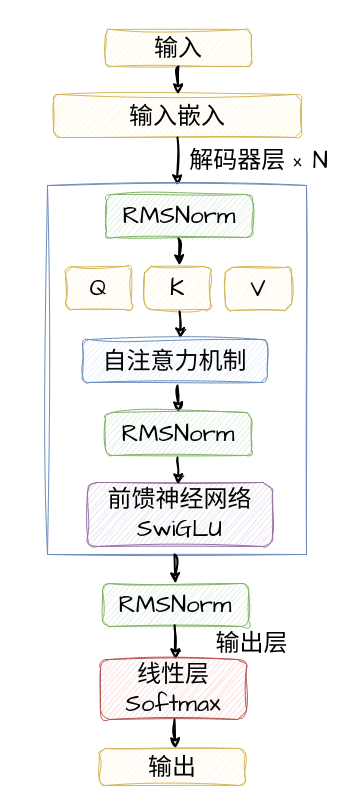
The draw.io diagram llama2.drawio in J-York/GraduationThesis, before the edit. Source tidied: cells renumbered, new cells numbered last; positions are measured from the earlier drawing's top-left corner, leaving out a move shared by most shapes. Both pictures are drawn from the tidied source at 100%, with x=0, y=0 at pixel (17, 17).
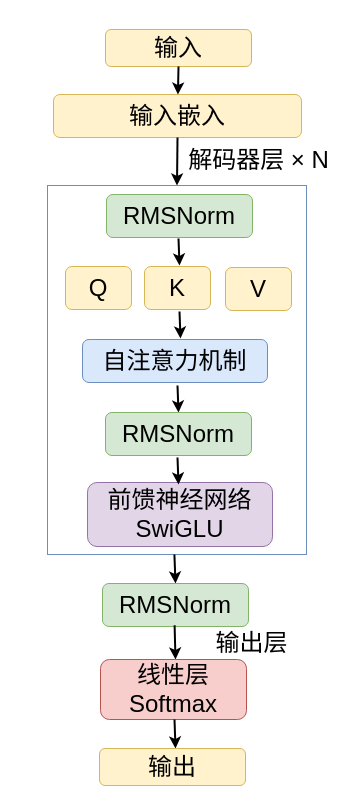
After the change.

Change to the diagram source:
```diff
@@
-    <mxCell id="2" style="rounded=0;whiteSpace=wrap;html=1;strokeColor=none;" parent="1" vertex="1">
+    <mxCell id="2" style="rounded=0;whiteSpace=wrap;html=1;strokeColor=none;fontFamily=Helvetica;" parent="1" vertex="1">
       <mxGeometry width="317" height="778" as="geometry" />
     </mxCell>
-    <mxCell id="3" value="&lt;font style=&quot;font-size: 24px;&quot;&gt;输入&lt;/font&gt;" style="rounded=1;whiteSpace=wrap;html=1;fillColor=#fff2cc;strokeColor=#d6b656;sketch=1;curveFitting=1;jiggle=2;" parent="1" vertex="1">
+    <mxCell id="3" value="&lt;font style=&quot;font-size: 24px;&quot;&gt;输入&lt;/font&gt;" style="rounded=1;whiteSpace=wrap;html=1;fillColor=#fff2cc;strokeColor=#d6b656;fontFamily=Helvetica;" parent="1" vertex="1">
       <mxGeometry x="88" y="12" width="146" height="37" as="geometry" />
     </mxCell>
-    <mxCell id="4" value="&lt;font style=&quot;font-size: 24px;&quot;&gt;输入嵌入&lt;/font&gt;" style="rounded=1;whiteSpace=wrap;html=1;fillColor=#fff2cc;strokeColor=#d6b656;sketch=1;curveFitting=1;jiggle=2;" parent="1" vertex="1">
+    <mxCell id="4" value="&lt;font style=&quot;font-size: 24px;&quot;&gt;输入嵌入&lt;/font&gt;" style="rounded=1;whiteSpace=wrap;html=1;fillColor=#fff2cc;strokeColor=#d6b656;fontFamily=Helvetica;" parent="1" vertex="1">
       <mxGeometry x="36" y="77" width="248" height="43" as="geometry" />
     </mxCell>
-    <mxCell id="5" style="endArrow=classic;html=1;rounded=0;exitX=0.5;exitY=1;exitDx=0;exitDy=0;strokeWidth=2;sketch=1;curveFitting=1;jiggle=2;flowAnimation=0;" parent="1" edge="1" source="3" target="4">
+    <mxCell id="5" style="endArrow=classic;html=1;rounded=0;exitX=0.5;exitY=1;exitDx=0;exitDy=0;strokeWidth=2;flowAnimation=0;fontFamily=Helvetica;" parent="1" edge="1" source="3" target="4">
       <mxGeometry relative="1" as="geometry" />
     </mxCell>
-    <mxCell id="6" style="endArrow=classic;html=1;rounded=0;exitX=0.5;exitY=1;exitDx=0;exitDy=0;strokeWidth=2;sketch=1;curveFitting=1;jiggle=2;flowAnimation=0;entryX=0.5;entryY=0;entryDx=0;entryDy=0;" parent="1" edge="1" source="4" target="7">
+    <mxCell id="6" style="endArrow=classic;html=1;rounded=0;exitX=0.5;exitY=1;exitDx=0;exitDy=0;strokeWidth=2;flowAnimation=0;entryX=0.5;entryY=0;entryDx=0;entryDy=0;fontFamily=Helvetica;" parent="1" edge="1" source="4" target="7">
       <mxGeometry relative="1" as="geometry" />
     </mxCell>
-    <mxCell id="7" style="rounded=0;whiteSpace=wrap;html=1;sketch=1;curveFitting=1;jiggle=2;fillColor=none;strokeColor=#6c8ebf;labelPosition=center;verticalLabelPosition=top;align=center;verticalAlign=bottom;" parent="1" vertex="1">
+    <mxCell id="7" style="rounded=0;whiteSpace=wrap;html=1;fillColor=none;strokeColor=#6c8ebf;labelPosition=center;verticalLabelPosition=top;align=center;verticalAlign=bottom;fontFamily=Helvetica;" parent="1" vertex="1">
       <mxGeometry x="30" y="168" width="259" height="369" as="geometry" />
     </mxCell>
-    <mxCell id="8" value="解码器层&amp;nbsp;&lt;span style=&quot;font-family: &amp;quot;Comic Sans MS&amp;quot;;&quot;&gt;× N&lt;/span&gt;" style="text;html=1;align=center;verticalAlign=middle;whiteSpace=wrap;rounded=0;fontSize=24;" parent="1" vertex="1">
+    <mxCell id="8" value="解码器层&amp;nbsp;&lt;span style=&quot;&quot;&gt;× N&lt;/span&gt;" style="text;html=1;align=center;verticalAlign=middle;whiteSpace=wrap;rounded=0;fontSize=24;fontFamily=Helvetica;" parent="1" vertex="1">
       <mxGeometry x="166" y="128" width="151" height="30" as="geometry" />
     </mxCell>
-    <mxCell id="9" value="&lt;font face=&quot;Comic Sans MS&quot; style=&quot;font-size: 24px;&quot;&gt;RMSNorm&lt;/font&gt;" style="rounded=1;whiteSpace=wrap;html=1;fillColor=#d5e8d4;strokeColor=#82b366;sketch=1;curveFitting=1;jiggle=2;" parent="1" vertex="1">
+    <mxCell id="9" value="&lt;font style=&quot;font-size: 24px;&quot;&gt;RMSNorm&lt;/font&gt;" style="rounded=1;whiteSpace=wrap;html=1;fillColor=#d5e8d4;strokeColor=#82b366;fontFamily=Helvetica;" parent="1" vertex="1">
       <mxGeometry x="89" y="177" width="146" height="43" as="geometry" />
     </mxCell>
-    <mxCell id="10" style="endArrow=classic;html=1;rounded=0;exitX=0.5;exitY=1;exitDx=0;exitDy=0;strokeWidth=2;sketch=1;curveFitting=1;jiggle=2;flowAnimation=0;" parent="1" edge="1">
+    <mxCell id="10" style="endArrow=classic;html=1;rounded=0;exitX=0.5;exitY=1;exitDx=0;exitDy=0;strokeWidth=2;flowAnimation=0;fontFamily=Helvetica;" parent="1" edge="1">
       <mxGeometry relative="1" as="geometry">
         <mxPoint x="161" y="221" as="sourcePoint" />
         <mxPoint x="162" y="248" as="targetPoint" />
       </mxGeometry>
     </mxCell>
-    <mxCell id="11" value="&lt;font style=&quot;font-size: 24px;&quot;&gt;Q&lt;/font&gt;" style="rounded=1;whiteSpace=wrap;html=1;fillColor=#fff2cc;strokeColor=#d6b656;sketch=1;curveFitting=1;jiggle=2;fontFamily=Comic Sans MS;" parent="1" vertex="1">
+    <mxCell id="11" value="&lt;font style=&quot;font-size: 24px;&quot;&gt;Q&lt;/font&gt;" style="rounded=1;whiteSpace=wrap;html=1;fillColor=#fff2cc;strokeColor=#d6b656;fontFamily=Helvetica;" parent="1" vertex="1">
       <mxGeometry x="48" y="249" width="66" height="43" as="geometry" />
     </mxCell>
-    <mxCell id="12" value="&lt;font style=&quot;font-size: 24px;&quot;&gt;K&lt;/font&gt;" style="rounded=1;whiteSpace=wrap;html=1;fillColor=#fff2cc;strokeColor=#d6b656;sketch=1;curveFitting=1;jiggle=2;fontFamily=Comic Sans MS;" parent="1" vertex="1">
+    <mxCell id="12" value="&lt;font style=&quot;font-size: 24px;&quot;&gt;K&lt;/font&gt;" style="rounded=1;whiteSpace=wrap;html=1;fillColor=#fff2cc;strokeColor=#d6b656;fontFamily=Helvetica;" parent="1" vertex="1">
       <mxGeometry x="127" y="249" width="66" height="43" as="geometry" />
     </mxCell>
-    <mxCell id="13" value="&lt;span style=&quot;font-size: 24px;&quot;&gt;V&lt;/span&gt;" style="rounded=1;whiteSpace=wrap;html=1;fillColor=#fff2cc;strokeColor=#d6b656;sketch=1;curveFitting=1;jiggle=2;fontFamily=Comic Sans MS;" parent="1" vertex="1">
+    <mxCell id="13" value="&lt;span style=&quot;font-size: 24px;&quot;&gt;V&lt;/span&gt;" style="rounded=1;whiteSpace=wrap;html=1;fillColor=#fff2cc;strokeColor=#d6b656;fontFamily=Helvetica;" parent="1" vertex="1">
       <mxGeometry x="208" y="250" width="66" height="43" as="geometry" />
     </mxCell>
-    <mxCell id="14" style="endArrow=classic;html=1;rounded=0;exitX=0.5;exitY=1;exitDx=0;exitDy=0;strokeWidth=2;sketch=1;curveFitting=1;jiggle=2;flowAnimation=0;" parent="1" edge="1">
+    <mxCell id="14" style="endArrow=classic;html=1;rounded=0;exitX=0.5;exitY=1;exitDx=0;exitDy=0;strokeWidth=2;flowAnimation=0;fontFamily=Helvetica;" parent="1" edge="1">
       <mxGeometry relative="1" as="geometry">
         <mxPoint x="162" y="294" as="sourcePoint" />
         <mxPoint x="163" y="321" as="targetPoint" />
       </mxGeometry>
     </mxCell>
-    <mxCell id="15" value="&lt;span style=&quot;font-size: 24px;&quot;&gt;自注意力机制&lt;/span&gt;" style="rounded=1;whiteSpace=wrap;html=1;fillColor=#dae8fc;strokeColor=#6c8ebf;sketch=1;curveFitting=1;jiggle=2;" parent="1" vertex="1">
+    <mxCell id="15" value="&lt;span style=&quot;font-size: 24px;&quot;&gt;自注意力机制&lt;/span&gt;" style="rounded=1;whiteSpace=wrap;html=1;fillColor=#dae8fc;strokeColor=#6c8ebf;fontFamily=Helvetica;" parent="1" vertex="1">
       <mxGeometry x="65" y="322" width="185" height="43" as="geometry" />
     </mxCell>
-    <mxCell id="16" style="endArrow=classic;html=1;rounded=0;exitX=0.5;exitY=1;exitDx=0;exitDy=0;strokeWidth=2;sketch=1;curveFitting=1;jiggle=2;flowAnimation=0;" parent="1" edge="1">
+    <mxCell id="16" style="endArrow=classic;html=1;rounded=0;exitX=0.5;exitY=1;exitDx=0;exitDy=0;strokeWidth=2;flowAnimation=0;fontFamily=Helvetica;" parent="1" edge="1">
       <mxGeometry relative="1" as="geometry">
         <mxPoint x="160" y="368" as="sourcePoint" />
         <mxPoint x="161" y="395" as="targetPoint" />
       </mxGeometry>
     </mxCell>
-    <mxCell id="17" value="&lt;span style=&quot;font-size: 24px;&quot;&gt;前馈神经网络&lt;/span&gt;&lt;div&gt;&lt;span style=&quot;font-size: 24px;&quot;&gt;SwiGLU&lt;/span&gt;&lt;/div&gt;" style="rounded=1;whiteSpace=wrap;html=1;fillColor=#e1d5e7;strokeColor=#9673a6;sketch=1;curveFitting=1;jiggle=2;fontFamily=Comic Sans MS;" parent="1" vertex="1">
+    <mxCell id="17" value="&lt;span style=&quot;font-size: 24px;&quot;&gt;前馈神经网络&lt;/span&gt;&lt;div&gt;&lt;span style=&quot;font-size: 24px;&quot;&gt;SwiGLU&lt;/span&gt;&lt;/div&gt;" style="rounded=1;whiteSpace=wrap;html=1;fillColor=#e1d5e7;strokeColor=#9673a6;fontFamily=Helvetica;" parent="1" vertex="1">
       <mxGeometry x="70" y="465" width="185" height="64" as="geometry" />
     </mxCell>
-    <mxCell id="18" value="&lt;font face=&quot;Comic Sans MS&quot; style=&quot;font-size: 24px;&quot;&gt;RMSNorm&lt;/font&gt;" style="rounded=1;whiteSpace=wrap;html=1;fillColor=#d5e8d4;strokeColor=#82b366;sketch=1;curveFitting=1;jiggle=2;" parent="1" vertex="1">
+    <mxCell id="18" value="&lt;font style=&quot;font-size: 24px;&quot;&gt;RMSNorm&lt;/font&gt;" style="rounded=1;whiteSpace=wrap;html=1;fillColor=#d5e8d4;strokeColor=#82b366;fontFamily=Helvetica;" parent="1" vertex="1">
       <mxGeometry x="88" y="395" width="146" height="43" as="geometry" />
     </mxCell>
-    <mxCell id="19" style="endArrow=classic;html=1;rounded=0;exitX=0.5;exitY=1;exitDx=0;exitDy=0;strokeWidth=2;sketch=1;curveFitting=1;jiggle=2;flowAnimation=0;" parent="1" edge="1">
+    <mxCell id="19" style="endArrow=classic;html=1;rounded=0;exitX=0.5;exitY=1;exitDx=0;exitDy=0;strokeWidth=2;flowAnimation=0;fontFamily=Helvetica;" parent="1" edge="1">
       <mxGeometry relative="1" as="geometry">
         <mxPoint x="160" y="440" as="sourcePoint" />
         <mxPoint x="161" y="467" as="targetPoint" />
       </mxGeometry>
     </mxCell>
-    <mxCell id="20" style="endArrow=classic;html=1;rounded=0;exitX=0.49;exitY=1;exitDx=0;exitDy=0;strokeWidth=2;sketch=1;curveFitting=1;jiggle=2;flowAnimation=0;exitPerimeter=0;entryX=0.5;entryY=0;entryDx=0;entryDy=0;" parent="1" edge="1" source="7" target="21">
+    <mxCell id="20" style="endArrow=classic;html=1;rounded=0;exitX=0.49;exitY=1;exitDx=0;exitDy=0;strokeWidth=2;flowAnimation=0;exitPerimeter=0;entryX=0.5;entryY=0;entryDx=0;entryDy=0;fontFamily=Helvetica;" parent="1" edge="1" source="7" target="21">
       <mxGeometry relative="1" as="geometry" />
     </mxCell>
-    <mxCell id="21" value="&lt;font face=&quot;Comic Sans MS&quot; style=&quot;font-size: 24px;&quot;&gt;RMSNorm&lt;/font&gt;" style="rounded=1;whiteSpace=wrap;html=1;fillColor=#d5e8d4;strokeColor=#82b366;sketch=1;curveFitting=1;jiggle=2;" parent="1" vertex="1">
+    <mxCell id="21" value="&lt;font style=&quot;font-size: 24px;&quot;&gt;RMSNorm&lt;/font&gt;" style="rounded=1;whiteSpace=wrap;html=1;fillColor=#d5e8d4;strokeColor=#82b366;fontFamily=Helvetica;" parent="1" vertex="1">
       <mxGeometry x="85" y="566" width="146" height="43" as="geometry" />
     </mxCell>
-    <mxCell id="22" style="endArrow=classic;html=1;rounded=0;exitX=0.473;exitY=0.97;exitDx=0;exitDy=0;strokeWidth=2;sketch=1;curveFitting=1;jiggle=2;flowAnimation=0;exitPerimeter=0;entryX=0.5;entryY=0;entryDx=0;entryDy=0;" parent="1" edge="1">
+    <mxCell id="22" style="endArrow=classic;html=1;rounded=0;exitX=0.473;exitY=0.97;exitDx=0;exitDy=0;strokeWidth=2;flowAnimation=0;exitPerimeter=0;entryX=0.5;entryY=0;entryDx=0;entryDy=0;fontFamily=Helvetica;" parent="1" edge="1">
       <mxGeometry relative="1" as="geometry">
         <mxPoint x="157.1" y="607.7" as="sourcePoint" />
         <mxPoint x="158" y="642" as="targetPoint" />
       </mxGeometry>
     </mxCell>
-    <mxCell id="23" value="&lt;font face=&quot;Comic Sans MS&quot;&gt;&lt;span style=&quot;font-size: 24px;&quot;&gt;线性层&lt;/span&gt;&lt;/font&gt;&lt;div&gt;&lt;font face=&quot;Comic Sans MS&quot;&gt;&lt;span style=&quot;font-size: 24px;&quot;&gt;Softmax&lt;/span&gt;&lt;/font&gt;&lt;/div&gt;" style="rounded=1;whiteSpace=wrap;html=1;fillColor=#f8cecc;strokeColor=#b85450;sketch=1;curveFitting=1;jiggle=2;" parent="1" vertex="1">
+    <mxCell id="23" value="&lt;font&gt;&lt;span style=&quot;font-size: 24px;&quot;&gt;线性层&lt;/span&gt;&lt;/font&gt;&lt;div&gt;&lt;font&gt;&lt;span style=&quot;font-size: 24px;&quot;&gt;Softmax&lt;/span&gt;&lt;/font&gt;&lt;/div&gt;" style="rounded=1;whiteSpace=wrap;html=1;fillColor=#f8cecc;strokeColor=#b85450;fontFamily=Helvetica;" parent="1" vertex="1">
       <mxGeometry x="83" y="642" width="146" height="60" as="geometry" />
     </mxCell>
-    <mxCell id="24" value="输出层" style="text;html=1;align=center;verticalAlign=middle;whiteSpace=wrap;rounded=0;fontSize=24;" parent="1" vertex="1">
+    <mxCell id="24" value="输出层" style="text;html=1;align=center;verticalAlign=middle;whiteSpace=wrap;rounded=0;fontSize=24;fontFamily=Helvetica;" parent="1" vertex="1">
       <mxGeometry x="159" y="611" width="151" height="30" as="geometry" />
     </mxCell>
-    <mxCell id="25" style="endArrow=classic;html=1;rounded=0;exitX=0.49;exitY=1;exitDx=0;exitDy=0;strokeWidth=2;sketch=1;curveFitting=1;jiggle=2;flowAnimation=0;exitPerimeter=0;entryX=0.5;entryY=0;entryDx=0;entryDy=0;" parent="1" edge="1">
+    <mxCell id="25" style="endArrow=classic;html=1;rounded=0;exitX=0.49;exitY=1;exitDx=0;exitDy=0;strokeWidth=2;flowAnimation=0;exitPerimeter=0;entryX=0.5;entryY=0;entryDx=0;entryDy=0;fontFamily=Helvetica;" parent="1" edge="1">
       <mxGeometry relative="1" as="geometry">
         <mxPoint x="157" y="702" as="sourcePoint" />
         <mxPoint x="158" y="731" as="targetPoint" />
       </mxGeometry>
     </mxCell>
-    <mxCell id="26" value="&lt;span style=&quot;font-size: 24px;&quot;&gt;输出&lt;/span&gt;" style="rounded=1;whiteSpace=wrap;html=1;fillColor=#fff2cc;strokeColor=#d6b656;sketch=1;curveFitting=1;jiggle=2;" parent="1" vertex="1">
+    <mxCell id="26" value="&lt;span style=&quot;font-size: 24px;&quot;&gt;输出&lt;/span&gt;" style="rounded=1;whiteSpace=wrap;html=1;fillColor=#fff2cc;strokeColor=#d6b656;fontFamily=Helvetica;" parent="1" vertex="1">
       <mxGeometry x="82" y="731" width="146" height="37" as="geometry" />
     </mxCell>
```
